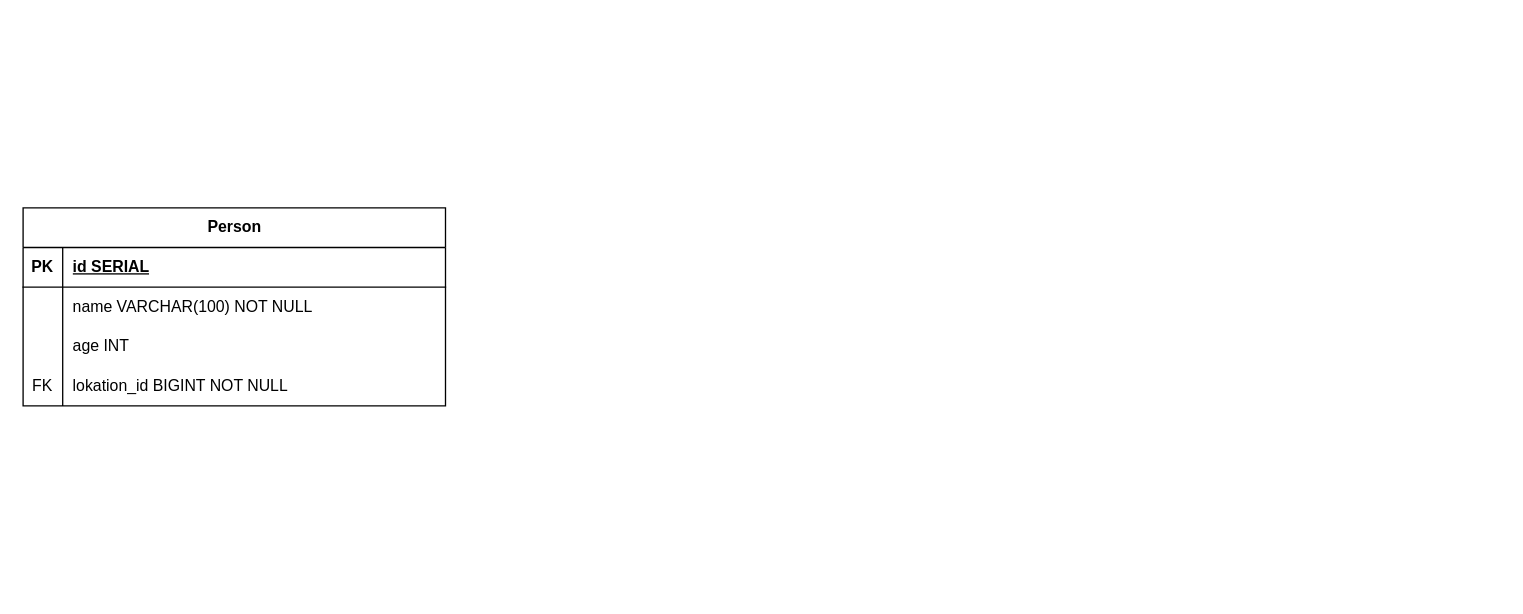
Above: DataBases/lab1/DatalogicDiagram.drawio in EgorovaVarvara/ITMO (draw.io), before the change. Source tidied: cells renumbered, new cells numbered last; positions are measured from the earlier drawing's top-left corner, leaving out a move shared by most shapes. Both pictures are drawn from the tidied source at 132%, with x=0, y=0 at pixel (22, 207).
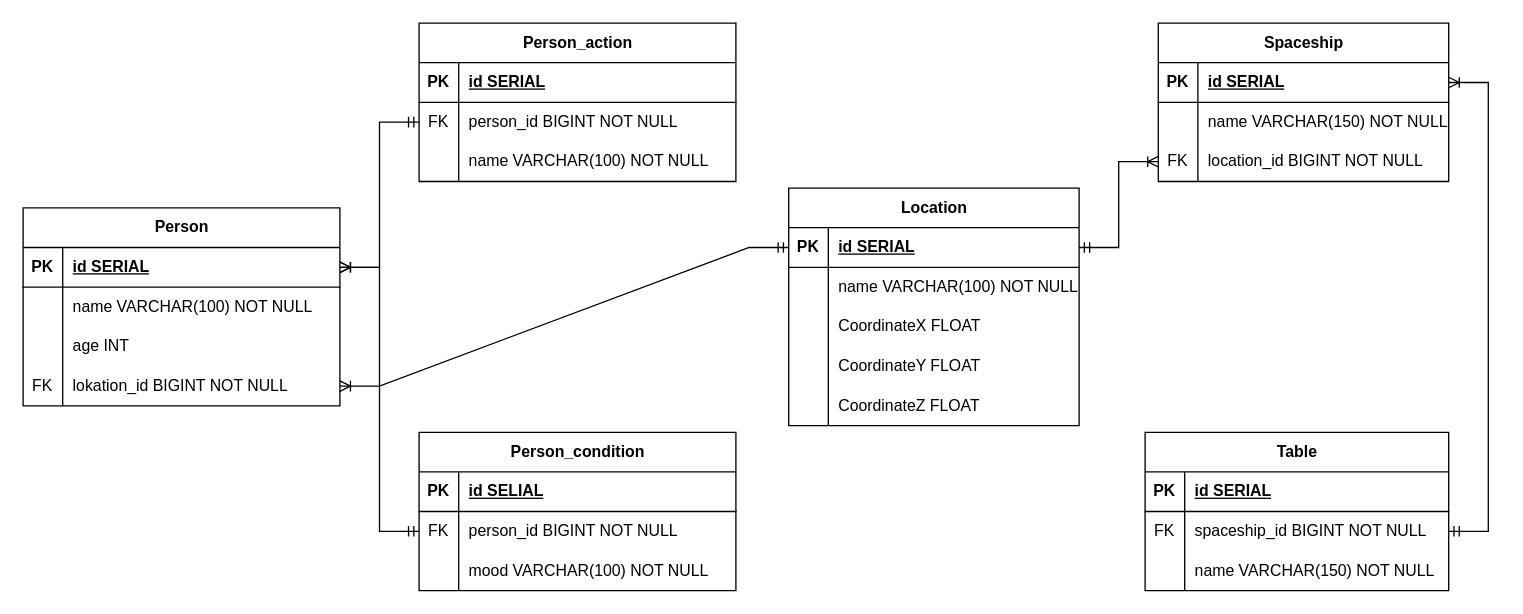
After the change.

What changed in the source:
```diff
@@
     <mxCell id="2" value="Person" style="shape=table;startSize=30;childLayout=tableLayout;rowLines=0;fontStyle=1;align=center;html=1;" parent="1" vertex="1">
-      <mxGeometry width="320" height="150" as="geometry" />
+      <mxGeometry width="240" height="150" as="geometry" />
     </mxCell>
     <mxCell id="3" style="shape=tableRow;horizontal=0;startSize=0;swimlaneHead=0;swimlaneBody=0;fillColor=none;points=[[0,0.5],[1,0.5]];portConstraint=eastwest;top=0;left=0;right=0;bottom=1;" parent="2" vertex="1">
-      <mxGeometry y="30" width="320" height="30" as="geometry" />
+      <mxGeometry y="30" width="240" height="30" as="geometry" />
     </mxCell>
@@
     <mxCell id="5" value="id SERIAL" style="shape=partialRectangle;fillColor=none;top=0;left=0;bottom=0;right=0;align=left;spacingLeft=6;fontStyle=5;overflow=hidden;whiteSpace=wrap;html=1;" parent="3" vertex="1">
-      <mxGeometry x="30" width="290" height="30" as="geometry" />
+      <mxGeometry x="30" width="210" height="30" as="geometry" />
     </mxCell>
     <mxCell id="6" style="shape=tableRow;horizontal=0;startSize=0;swimlaneHead=0;swimlaneBody=0;fillColor=none;top=0;left=0;right=0;bottom=0;" parent="2" vertex="1">
-      <mxGeometry y="60" width="320" height="30" as="geometry" />
+      <mxGeometry y="60" width="240" height="30" as="geometry" />
     </mxCell>
@@
     <mxCell id="8" value="name VARCHAR(100) NOT NULL" style="shape=partialRectangle;fillColor=none;top=0;left=0;bottom=0;right=0;align=left;spacingLeft=6;overflow=hidden;whiteSpace=wrap;html=1;" parent="6" vertex="1">
-      <mxGeometry x="30" width="290" height="30" as="geometry" />
+      <mxGeometry x="30" width="210" height="30" as="geometry" />
     </mxCell>
     <mxCell id="9" style="shape=tableRow;horizontal=0;startSize=0;swimlaneHead=0;swimlaneBody=0;fillColor=none;top=0;left=0;right=0;bottom=0;" parent="2" vertex="1">
-      <mxGeometry y="90" width="320" height="30" as="geometry" />
+      <mxGeometry y="90" width="240" height="30" as="geometry" />
     </mxCell>
@@
     <mxCell id="11" value="age INT" style="shape=partialRectangle;fillColor=none;top=0;left=0;bottom=0;right=0;align=left;spacingLeft=6;overflow=hidden;whiteSpace=wrap;html=1;" parent="9" vertex="1">
-      <mxGeometry x="30" width="290" height="30" as="geometry" />
+      <mxGeometry x="30" width="210" height="30" as="geometry" />
     </mxCell>
     <mxCell id="12" style="shape=tableRow;horizontal=0;startSize=0;swimlaneHead=0;swimlaneBody=0;fillColor=none;points=[[0,0.5],[1,0.5]];portConstraint=eastwest;top=0;left=0;right=0;bottom=0;" parent="2" vertex="1">
-      <mxGeometry y="120" width="320" height="30" as="geometry" />
+      <mxGeometry y="120" width="240" height="30" as="geometry" />
     </mxCell>
@@
     <mxCell id="14" value="lokation_id BIGINT NOT NULL" style="shape=partialRectangle;fillColor=none;top=0;left=0;bottom=0;right=0;align=left;spacingLeft=6;overflow=hidden;whiteSpace=wrap;html=1;" parent="12" vertex="1">
-      <mxGeometry x="30" width="290" height="30" as="geometry" />
+      <mxGeometry x="30" width="210" height="30" as="geometry" />
     </mxCell>
+    <mxCell id="15" value="Person_action" style="shape=table;startSize=30;childLayout=tableLayout;rowLines=0;fontStyle=1;align=center;html=1;" parent="1" vertex="1">
+      <mxGeometry x="300" y="-140" width="240" height="120" as="geometry" />
+    </mxCell>
+    <mxCell id="16" style="shape=tableRow;horizontal=0;startSize=0;swimlaneHead=0;swimlaneBody=0;fillColor=none;top=0;left=0;right=0;bottom=1;" parent="15" vertex="1">
+      <mxGeometry y="30" width="240" height="30" as="geometry" />
+    </mxCell>
+    <mxCell id="17" value="PK" style="shape=partialRectangle;fillColor=none;top=0;left=0;bottom=0;right=0;fontStyle=1;overflow=hidden;whiteSpace=wrap;html=1;" parent="16" vertex="1">
+      <mxGeometry width="30" height="30" as="geometry" />
+    </mxCell>
+    <mxCell id="18" value="id SERIAL" style="shape=partialRectangle;fillColor=none;top=0;left=0;bottom=0;right=0;align=left;spacingLeft=6;fontStyle=5;overflow=hidden;whiteSpace=wrap;html=1;" parent="16" vertex="1">
+      <mxGeometry x="30" width="210" height="30" as="geometry" />
+    </mxCell>
+    <mxCell id="19" style="shape=tableRow;horizontal=0;startSize=0;swimlaneHead=0;swimlaneBody=0;fillColor=none;points=[[0,0.5],[1,0.5]];portConstraint=eastwest;top=0;left=0;right=0;bottom=0;" parent="15" vertex="1">
+      <mxGeometry y="60" width="240" height="30" as="geometry" />
+    </mxCell>
+    <mxCell id="20" value="FK" style="shape=partialRectangle;fillColor=none;top=0;left=0;bottom=0;right=0;overflow=hidden;whiteSpace=wrap;html=1;" parent="19" vertex="1">
+      <mxGeometry width="30" height="30" as="geometry" />
+    </mxCell>
+    <mxCell id="21" value="person_id BIGINT NOT NULL" style="shape=partialRectangle;fillColor=none;top=0;left=0;bottom=0;right=0;align=left;spacingLeft=6;overflow=hidden;whiteSpace=wrap;html=1;" parent="19" vertex="1">
+      <mxGeometry x="30" width="210" height="30" as="geometry" />
+    </mxCell>
+    <mxCell id="22" style="shape=tableRow;horizontal=0;startSize=0;swimlaneHead=0;swimlaneBody=0;fillColor=none;top=0;left=0;right=0;bottom=0;" parent="15" vertex="1">
+      <mxGeometry y="90" width="240" height="30" as="geometry" />
+    </mxCell>
+    <mxCell id="23" style="shape=partialRectangle;fillColor=none;top=0;left=0;bottom=0;right=0;overflow=hidden;whiteSpace=wrap;html=1;" parent="22" vertex="1">
+      <mxGeometry width="30" height="30" as="geometry" />
+    </mxCell>
+    <mxCell id="24" value="name VARCHAR(100) NOT NULL" style="shape=partialRectangle;fillColor=none;top=0;left=0;bottom=0;right=0;align=left;spacingLeft=6;overflow=hidden;whiteSpace=wrap;html=1;" parent="22" vertex="1">
+      <mxGeometry x="30" width="210" height="30" as="geometry" />
+    </mxCell>
+    <mxCell id="25" value="Person_condition" style="shape=table;startSize=30;childLayout=tableLayout;rowLines=0;fontStyle=1;align=center;html=1;" parent="1" vertex="1">
+      <mxGeometry x="300" y="170" width="240" height="120" as="geometry" />
+    </mxCell>
+    <mxCell id="26" style="shape=tableRow;horizontal=0;startSize=0;swimlaneHead=0;swimlaneBody=0;fillColor=none;top=0;left=0;right=0;bottom=1;" parent="25" vertex="1">
+      <mxGeometry y="30" width="240" height="30" as="geometry" />
+    </mxCell>
+    <mxCell id="27" value="PK" style="shape=partialRectangle;fillColor=none;top=0;left=0;bottom=0;right=0;fontStyle=1;overflow=hidden;whiteSpace=wrap;html=1;" parent="26" vertex="1">
+      <mxGeometry width="30" height="30" as="geometry" />
+    </mxCell>
+    <mxCell id="28" value="id SELIAL" style="shape=partialRectangle;fillColor=none;top=0;left=0;bottom=0;right=0;align=left;spacingLeft=6;fontStyle=5;overflow=hidden;whiteSpace=wrap;html=1;" parent="26" vertex="1">
+      <mxGeometry x="30" width="210" height="30" as="geometry" />
+    </mxCell>
+    <mxCell id="29" style="shape=tableRow;horizontal=0;startSize=0;swimlaneHead=0;swimlaneBody=0;fillColor=none;points=[[0,0.5],[1,0.5]];portConstraint=eastwest;top=0;left=0;right=0;bottom=0;" parent="25" vertex="1">
+      <mxGeometry y="60" width="240" height="30" as="geometry" />
+    </mxCell>
+    <mxCell id="30" value="FK" style="shape=partialRectangle;fillColor=none;top=0;left=0;bottom=0;right=0;overflow=hidden;whiteSpace=wrap;html=1;" parent="29" vertex="1">
+      <mxGeometry width="30" height="30" as="geometry" />
+    </mxCell>
+    <mxCell id="31" value="person_id BIGINT NOT NULL" style="shape=partialRectangle;fillColor=none;top=0;left=0;bottom=0;right=0;align=left;spacingLeft=6;overflow=hidden;whiteSpace=wrap;html=1;" parent="29" vertex="1">
+      <mxGeometry x="30" width="210" height="30" as="geometry" />
+    </mxCell>
+    <mxCell id="32" style="shape=tableRow;horizontal=0;startSize=0;swimlaneHead=0;swimlaneBody=0;fillColor=none;top=0;left=0;right=0;bottom=0;" parent="25" vertex="1">
+      <mxGeometry y="90" width="240" height="30" as="geometry" />
+    </mxCell>
+    <mxCell id="33" style="shape=partialRectangle;fillColor=none;top=0;left=0;bottom=0;right=0;overflow=hidden;whiteSpace=wrap;html=1;" parent="32" vertex="1">
+      <mxGeometry width="30" height="30" as="geometry" />
+    </mxCell>
+    <mxCell id="34" value="mood VARCHAR(100) NOT NULL" style="shape=partialRectangle;fillColor=none;top=0;left=0;bottom=0;right=0;align=left;spacingLeft=6;overflow=hidden;whiteSpace=wrap;html=1;" parent="32" vertex="1">
+      <mxGeometry x="30" width="210" height="30" as="geometry" />
+    </mxCell>
+    <mxCell id="35" style="edgeStyle=entityRelationEdgeStyle;fontSize=12;html=1;endArrow=ERoneToMany;startArrow=ERmandOne;rounded=0;entryX=1;entryY=0.5;entryDx=0;entryDy=0;exitX=0;exitY=0.5;exitDx=0;exitDy=0;" parent="1" edge="1" source="19" target="3">
+      <mxGeometry relative="1" as="geometry" />
+    </mxCell>
+    <mxCell id="36" style="edgeStyle=entityRelationEdgeStyle;fontSize=12;html=1;endArrow=ERoneToMany;startArrow=ERmandOne;rounded=0;exitX=0;exitY=0.5;exitDx=0;exitDy=0;entryX=1;entryY=0.5;entryDx=0;entryDy=0;" parent="1" edge="1" source="29" target="3">
+      <mxGeometry relative="1" as="geometry" />
+    </mxCell>
+    <mxCell id="37" value="Location" style="shape=table;startSize=30;childLayout=tableLayout;rowLines=0;fontStyle=1;align=center;html=1;" parent="1" vertex="1">
+      <mxGeometry x="580" y="-15" width="220" height="180" as="geometry" />
+    </mxCell>
+    <mxCell id="38" style="shape=tableRow;horizontal=0;startSize=0;swimlaneHead=0;swimlaneBody=0;fillColor=none;points=[[0,0.5],[1,0.5]];portConstraint=eastwest;top=0;left=0;right=0;bottom=1;" parent="37" vertex="1">
+      <mxGeometry y="30" width="220" height="30" as="geometry" />
+    </mxCell>
+    <mxCell id="39" value="PK" style="shape=partialRectangle;fillColor=none;top=0;left=0;bottom=0;right=0;fontStyle=1;overflow=hidden;whiteSpace=wrap;html=1;" parent="38" vertex="1">
+      <mxGeometry width="30" height="30" as="geometry" />
+    </mxCell>
+    <mxCell id="40" value="id SERIAL" style="shape=partialRectangle;fillColor=none;top=0;left=0;bottom=0;right=0;align=left;spacingLeft=6;fontStyle=5;overflow=hidden;whiteSpace=wrap;html=1;" parent="38" vertex="1">
+      <mxGeometry x="30" width="190" height="30" as="geometry" />
+    </mxCell>
+    <mxCell id="41" style="shape=tableRow;horizontal=0;startSize=0;swimlaneHead=0;swimlaneBody=0;fillColor=none;top=0;left=0;right=0;bottom=0;" parent="37" vertex="1">
+      <mxGeometry y="60" width="220" height="30" as="geometry" />
+    </mxCell>
+    <mxCell id="42" style="shape=partialRectangle;fillColor=none;top=0;left=0;bottom=0;right=0;overflow=hidden;whiteSpace=wrap;html=1;" parent="41" vertex="1">
+      <mxGeometry width="30" height="30" as="geometry" />
+    </mxCell>
+    <mxCell id="43" value="name VARCHAR(100) NOT NULL" style="shape=partialRectangle;fillColor=none;top=0;left=0;bottom=0;right=0;align=left;spacingLeft=6;overflow=hidden;whiteSpace=wrap;html=1;" parent="41" vertex="1">
+      <mxGeometry x="30" width="190" height="30" as="geometry" />
+    </mxCell>
+    <mxCell id="44" style="shape=tableRow;horizontal=0;startSize=0;swimlaneHead=0;swimlaneBody=0;fillColor=none;top=0;left=0;right=0;bottom=0;" parent="37" vertex="1">
+      <mxGeometry y="90" width="220" height="30" as="geometry" />
+    </mxCell>
+    <mxCell id="45" style="shape=partialRectangle;fillColor=none;top=0;left=0;bottom=0;right=0;overflow=hidden;whiteSpace=wrap;html=1;" parent="44" vertex="1">
+      <mxGeometry width="30" height="30" as="geometry" />
+    </mxCell>
+    <mxCell id="46" value="CoordinateX FLOAT" style="shape=partialRectangle;fillColor=none;top=0;left=0;bottom=0;right=0;align=left;spacingLeft=6;overflow=hidden;whiteSpace=wrap;html=1;" parent="44" vertex="1">
+      <mxGeometry x="30" width="190" height="30" as="geometry" />
+    </mxCell>
+    <mxCell id="47" style="shape=tableRow;horizontal=0;startSize=0;swimlaneHead=0;swimlaneBody=0;fillColor=none;top=0;left=0;right=0;bottom=0;" parent="37" vertex="1">
+      <mxGeometry y="120" width="220" height="30" as="geometry" />
+    </mxCell>
+    <mxCell id="48" style="shape=partialRectangle;fillColor=none;top=0;left=0;bottom=0;right=0;overflow=hidden;whiteSpace=wrap;html=1;" parent="47" vertex="1">
+      <mxGeometry width="30" height="30" as="geometry" />
+    </mxCell>
+    <mxCell id="49" value="CoordinateY FLOAT" style="shape=partialRectangle;fillColor=none;top=0;left=0;bottom=0;right=0;align=left;spacingLeft=6;overflow=hidden;whiteSpace=wrap;html=1;" parent="47" vertex="1">
+      <mxGeometry x="30" width="190" height="30" as="geometry" />
+    </mxCell>
+    <mxCell id="50" style="shape=tableRow;horizontal=0;startSize=0;swimlaneHead=0;swimlaneBody=0;fillColor=none;top=0;left=0;right=0;bottom=0;" parent="37" vertex="1">
+      <mxGeometry y="150" width="220" height="30" as="geometry" />
+    </mxCell>
+    <mxCell id="51" style="shape=partialRectangle;fillColor=none;top=0;left=0;bottom=0;right=0;fontStyle=0;overflow=hidden;whiteSpace=wrap;html=1;" parent="50" vertex="1">
+      <mxGeometry width="30" height="30" as="geometry" />
+    </mxCell>
+    <mxCell id="52" value="CoordinateZ FLOAT" style="shape=partialRectangle;fillColor=none;top=0;left=0;bottom=0;right=0;align=left;spacingLeft=6;fontStyle=0;overflow=hidden;whiteSpace=wrap;html=1;" parent="50" vertex="1">
+      <mxGeometry x="30" width="190" height="30" as="geometry" />
+    </mxCell>
+    <mxCell id="53" style="edgeStyle=entityRelationEdgeStyle;fontSize=12;html=1;endArrow=ERoneToMany;startArrow=ERmandOne;rounded=0;exitX=0;exitY=0.5;exitDx=0;exitDy=0;entryX=1;entryY=0.5;entryDx=0;entryDy=0;" parent="1" edge="1" source="38" target="12">
+      <mxGeometry relative="1" as="geometry" />
+    </mxCell>
+    <mxCell id="54" value="Spaceship" style="shape=table;startSize=30;childLayout=tableLayout;rowLines=0;fontStyle=1;align=center;html=1;" parent="1" vertex="1">
+      <mxGeometry x="860" y="-140" width="220" height="120" as="geometry" />
+    </mxCell>
+    <mxCell id="55" style="shape=tableRow;horizontal=0;startSize=0;swimlaneHead=0;swimlaneBody=0;fillColor=none;points=[[0,0.5],[1,0.5]];portConstraint=eastwest;top=0;left=0;right=0;bottom=1;" parent="54" vertex="1">
+      <mxGeometry y="30" width="220" height="30" as="geometry" />
+    </mxCell>
+    <mxCell id="56" value="PK" style="shape=partialRectangle;fillColor=none;top=0;left=0;bottom=0;right=0;fontStyle=1;overflow=hidden;whiteSpace=wrap;html=1;" parent="55" vertex="1">
+      <mxGeometry width="30" height="30" as="geometry" />
+    </mxCell>
+    <mxCell id="57" value="id SERIAL" style="shape=partialRectangle;fillColor=none;top=0;left=0;bottom=0;right=0;align=left;spacingLeft=6;fontStyle=5;overflow=hidden;whiteSpace=wrap;html=1;" parent="55" vertex="1">
+      <mxGeometry x="30" width="190" height="30" as="geometry" />
+    </mxCell>
+    <mxCell id="58" style="shape=tableRow;horizontal=0;startSize=0;swimlaneHead=0;swimlaneBody=0;fillColor=none;top=0;left=0;right=0;bottom=0;" parent="54" vertex="1">
+      <mxGeometry y="60" width="220" height="30" as="geometry" />
+    </mxCell>
+    <mxCell id="59" style="shape=partialRectangle;fillColor=none;top=0;left=0;bottom=0;right=0;overflow=hidden;whiteSpace=wrap;html=1;" parent="58" vertex="1">
+      <mxGeometry width="30" height="30" as="geometry" />
+    </mxCell>
+    <mxCell id="60" value="name VARCHAR(150) NOT NULL" style="shape=partialRectangle;fillColor=none;top=0;left=0;bottom=0;right=0;align=left;spacingLeft=6;overflow=hidden;whiteSpace=wrap;html=1;" parent="58" vertex="1">
+      <mxGeometry x="30" width="190" height="30" as="geometry" />
+    </mxCell>
+    <mxCell id="61" style="shape=tableRow;horizontal=0;startSize=0;swimlaneHead=0;swimlaneBody=0;fillColor=none;points=[[0,0.5],[1,0.5]];portConstraint=eastwest;top=0;left=0;right=0;bottom=0;" parent="54" vertex="1">
+      <mxGeometry y="90" width="220" height="30" as="geometry" />
+    </mxCell>
+    <mxCell id="62" value="FK" style="shape=partialRectangle;fillColor=none;top=0;left=0;bottom=0;right=0;overflow=hidden;whiteSpace=wrap;html=1;" parent="61" vertex="1">
+      <mxGeometry width="30" height="30" as="geometry" />
+    </mxCell>
+    <mxCell id="63" value="location_id BIGINT NOT NULL" style="shape=partialRectangle;fillColor=none;top=0;left=0;bottom=0;right=0;align=left;spacingLeft=6;overflow=hidden;whiteSpace=wrap;html=1;" parent="61" vertex="1">
+      <mxGeometry x="30" width="190" height="30" as="geometry" />
+    </mxCell>
+    <mxCell id="64" style="edgeStyle=entityRelationEdgeStyle;fontSize=12;html=1;endArrow=ERoneToMany;startArrow=ERmandOne;rounded=0;exitX=1;exitY=0.5;exitDx=0;exitDy=0;entryX=0;entryY=0.5;entryDx=0;entryDy=0;" parent="1" edge="1" source="38" target="61">
+      <mxGeometry relative="1" as="geometry" />
+    </mxCell>
+    <mxCell id="65" value="Table" style="shape=table;startSize=30;childLayout=tableLayout;rowLines=0;fontStyle=1;align=center;html=1;" parent="1" vertex="1">
+      <mxGeometry x="850" y="170" width="230" height="120" as="geometry" />
+    </mxCell>
+    <mxCell id="66" style="shape=tableRow;horizontal=0;startSize=0;swimlaneHead=0;swimlaneBody=0;fillColor=none;top=0;left=0;right=0;bottom=1;" parent="65" vertex="1">
+      <mxGeometry y="30" width="230" height="30" as="geometry" />
+    </mxCell>
+    <mxCell id="67" value="PK" style="shape=partialRectangle;fillColor=none;top=0;left=0;bottom=0;right=0;fontStyle=1;overflow=hidden;whiteSpace=wrap;html=1;" parent="66" vertex="1">
+      <mxGeometry width="30" height="30" as="geometry" />
+    </mxCell>
+    <mxCell id="68" value="id SERIAL" style="shape=partialRectangle;fillColor=none;top=0;left=0;bottom=0;right=0;align=left;spacingLeft=6;fontStyle=5;overflow=hidden;whiteSpace=wrap;html=1;" parent="66" vertex="1">
+      <mxGeometry x="30" width="200" height="30" as="geometry" />
+    </mxCell>
+    <mxCell id="69" style="shape=tableRow;horizontal=0;startSize=0;swimlaneHead=0;swimlaneBody=0;fillColor=none;points=[[0,0.5],[1,0.5]];portConstraint=eastwest;top=0;left=0;right=0;bottom=0;" parent="65" vertex="1">
+      <mxGeometry y="60" width="230" height="30" as="geometry" />
+    </mxCell>
+    <mxCell id="70" value="FK" style="shape=partialRectangle;fillColor=none;top=0;left=0;bottom=0;right=0;overflow=hidden;whiteSpace=wrap;html=1;" parent="69" vertex="1">
+      <mxGeometry width="30" height="30" as="geometry" />
+    </mxCell>
+    <mxCell id="71" value="spaceship_id BIGINT NOT NULL" style="shape=partialRectangle;fillColor=none;top=0;left=0;bottom=0;right=0;align=left;spacingLeft=6;overflow=hidden;whiteSpace=wrap;html=1;" parent="69" vertex="1">
+      <mxGeometry x="30" width="200" height="30" as="geometry" />
+    </mxCell>
+    <mxCell id="72" style="shape=tableRow;horizontal=0;startSize=0;swimlaneHead=0;swimlaneBody=0;fillColor=none;top=0;left=0;right=0;bottom=0;" parent="65" vertex="1">
+      <mxGeometry y="90" width="230" height="30" as="geometry" />
+    </mxCell>
+    <mxCell id="73" style="shape=partialRectangle;fillColor=none;top=0;left=0;bottom=0;right=0;overflow=hidden;whiteSpace=wrap;html=1;" parent="72" vertex="1">
+      <mxGeometry width="30" height="30" as="geometry" />
+    </mxCell>
+    <mxCell id="74" value="name VARCHAR(150) NOT NULL" style="shape=partialRectangle;fillColor=none;top=0;left=0;bottom=0;right=0;align=left;spacingLeft=6;overflow=hidden;whiteSpace=wrap;html=1;" parent="72" vertex="1">
+      <mxGeometry x="30" width="200" height="30" as="geometry" />
+    </mxCell>
+    <mxCell id="75" style="edgeStyle=entityRelationEdgeStyle;fontSize=12;html=1;endArrow=ERoneToMany;startArrow=ERmandOne;rounded=0;entryX=1;entryY=0.5;entryDx=0;entryDy=0;exitX=1;exitY=0.5;exitDx=0;exitDy=0;" parent="1" edge="1" source="69" target="55">
+      <mxGeometry relative="1" as="geometry">
+        <Array as="points">
+          <mxPoint x="1100" y="100" />
+        </Array>
+      </mxGeometry>
+    </mxCell>
```
